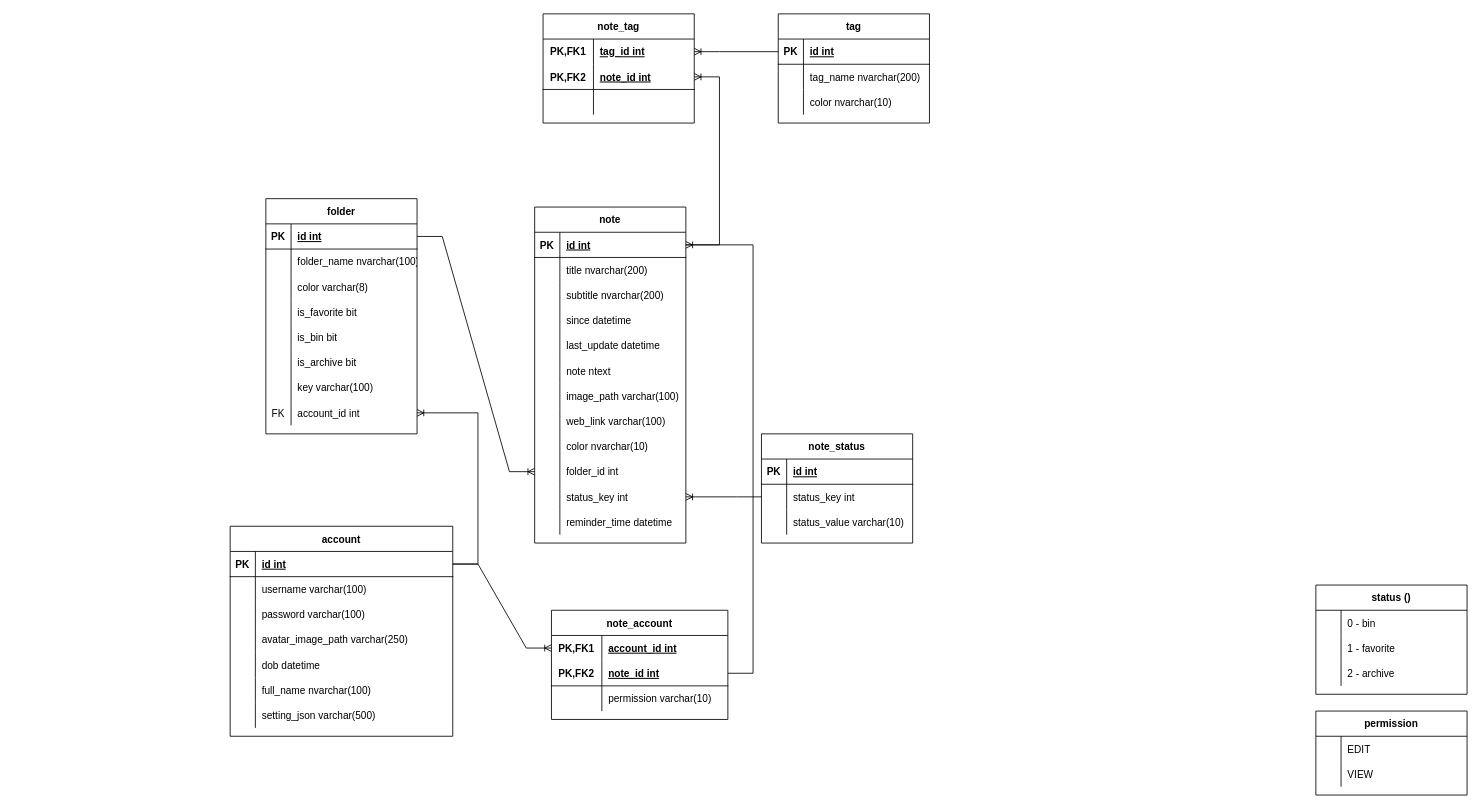
Earlier version of the draw.io diagram SimpleNoteEntity.drawio (GroupXAndroid/SimpleNote). Source tidied: cells renumbered, new cells numbered last; positions are measured from the earlier drawing's top-left corner, leaving out a move shared by most shapes. Both pictures are drawn from the tidied source at 84%, with x=0, y=0 at pixel (230, 13).
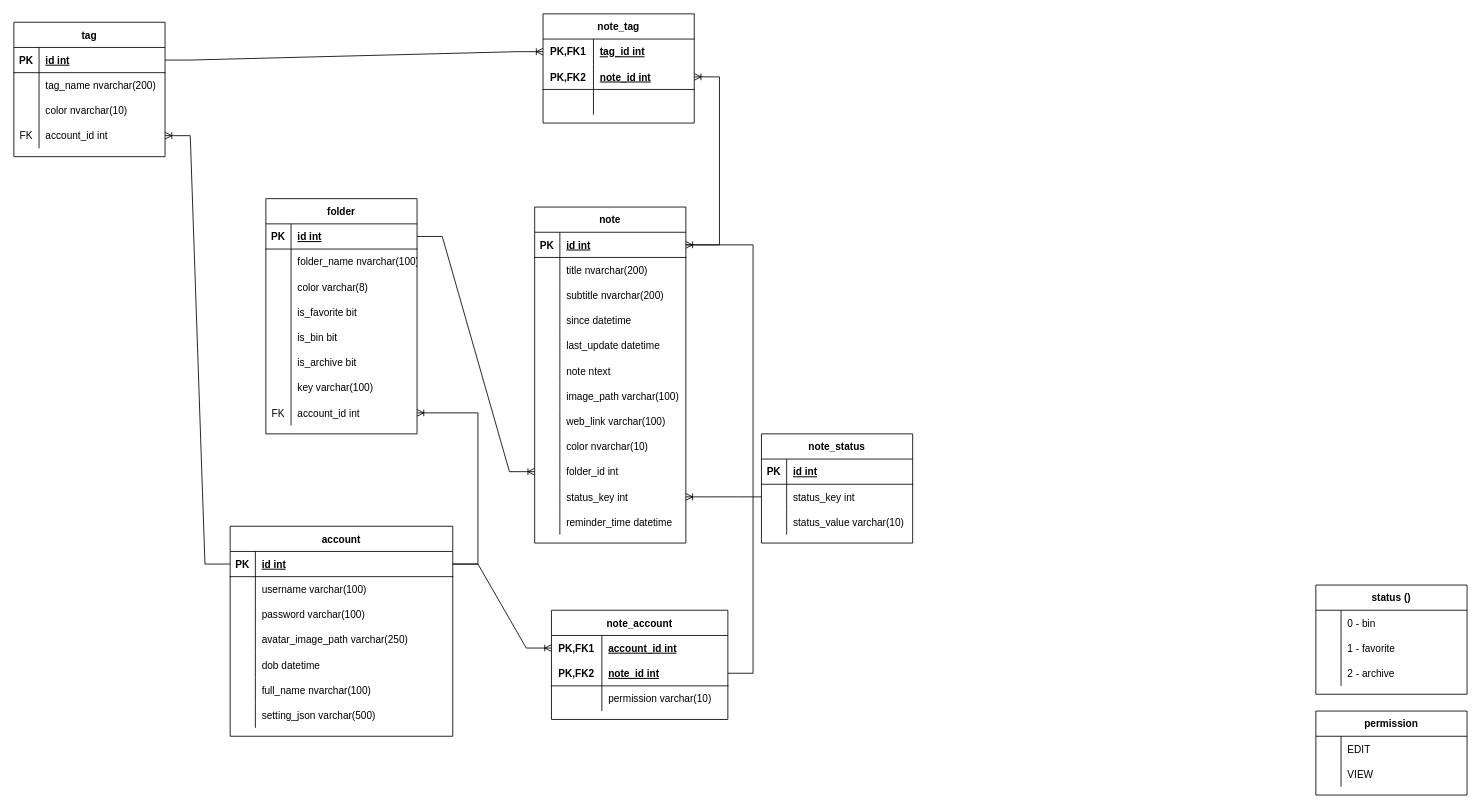
After the change.

Unchanged cells that the change refers to:
```xml
<mxCell id="88" style="shape=tableRow;horizontal=0;startSize=0;swimlaneHead=0;swimlaneBody=0;fillColor=none;points=[[0,0.5],[1,0.5]];portConstraint=eastwest;top=0;left=0;right=0;bottom=1;" parent="87" vertex="1">
  <mxGeometry y="30" width="265" height="30" as="geometry" />
</mxCell>
```

What changed in the source:
```diff
@@
     <mxCell id="39" value="tag" style="shape=table;startSize=30;childLayout=tableLayout;rowLines=0;fontStyle=1;align=center;" parent="1" vertex="1">
-      <mxGeometry x="652" width="180" height="130" as="geometry" />
+      <mxGeometry x="-258" y="10" width="180" height="160" as="geometry" />
     </mxCell>
@@
+    <mxCell id="150" style="shape=tableRow;horizontal=0;startSize=0;swimlaneHead=0;swimlaneBody=0;fillColor=none;points=[[0,0.5],[1,0.5]];portConstraint=eastwest;top=0;left=0;right=0;bottom=0;" parent="39" vertex="1">
+      <mxGeometry y="120" width="180" height="30" as="geometry" />
+    </mxCell>
+    <mxCell id="151" value="FK" style="shape=partialRectangle;fillColor=none;top=0;left=0;bottom=0;right=0;overflow=hidden;" parent="150" vertex="1">
+      <mxGeometry width="30" height="30" as="geometry" />
+    </mxCell>
+    <mxCell id="152" value="account_id int" style="shape=partialRectangle;fillColor=none;top=0;left=0;bottom=0;right=0;align=left;spacingLeft=6;overflow=hidden;" parent="150" vertex="1">
+      <mxGeometry x="30" width="150" height="30" as="geometry" />
+    </mxCell>
@@
+    <mxCell id="153" style="edgeStyle=entityRelationEdgeStyle;fontSize=12;html=1;endArrow=ERoneToMany;rounded=0;" parent="1" edge="1" source="88" target="150">
+      <mxGeometry relative="1" as="geometry" />
+    </mxCell>
```
